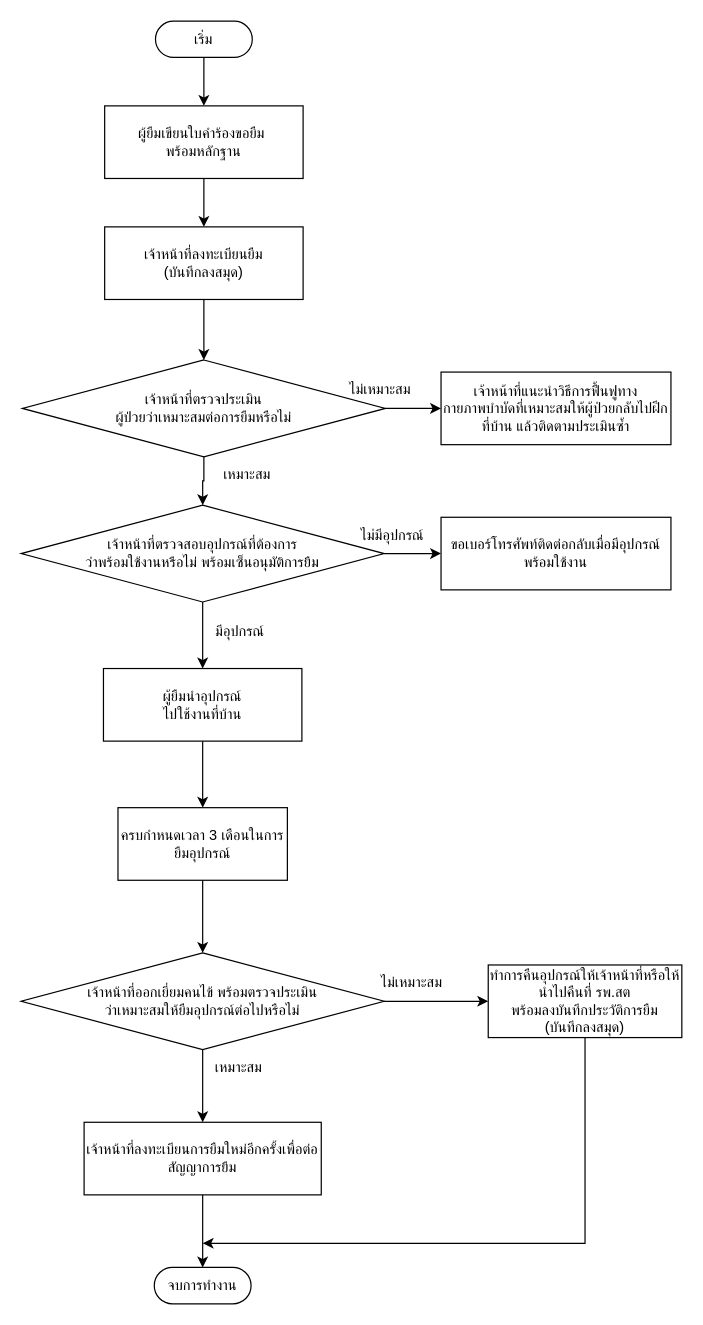
The draw.io diagram page "ภาพรวม" (5 of 5) of cmk/old system.drawio in S-B-Tanayut/diagram_repo, before the edit. Source tidied: cells renumbered, new cells numbered last; positions are measured from the earlier drawing's top-left corner, leaving out a move shared by most shapes. Both pictures are drawn from the tidied source at 121%, with x=0, y=0 at pixel (21, 21).
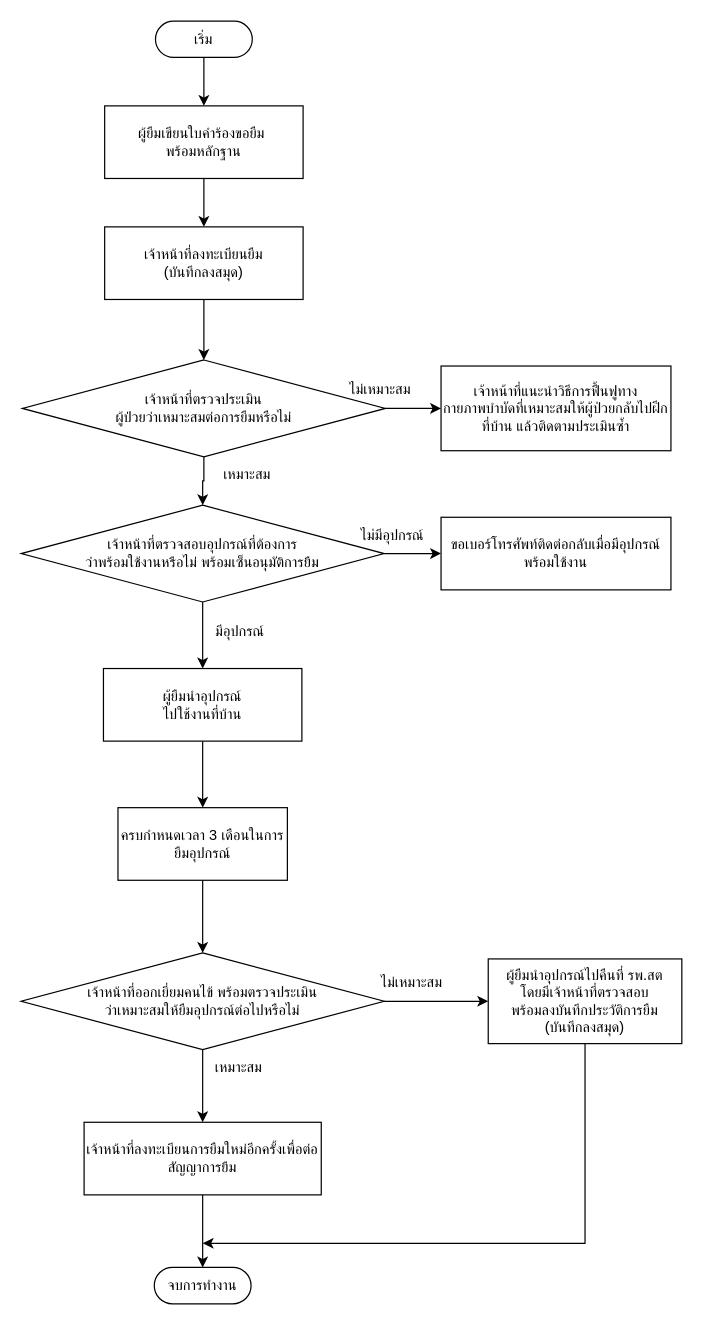
Above is the later version.

Change to the diagram source:
```diff
@@
     <mxCell id="11" value="เจ้าหน้าที่แนะนำวิธีการฟื้นฟูทางกายภาพบำบัดที่เหมาะสมให้ผู้ป่วยกลับไปฝึกที่บ้าน แล้วติดตามประเมินซ้ำ" style="rounded=0;whiteSpace=wrap;html=1;" parent="1" vertex="1">
-      <mxGeometry x="347" y="290" width="190" height="60" as="geometry" />
+      <mxGeometry x="347" y="285" width="190" height="70" as="geometry" />
     </mxCell>
@@
-    <mxCell id="28" value="ทำการคืนอุปกรณ์ให้เจ้าหน้าที่หรือให้นำไปคืนที่ รพ.สต &lt;br&gt;พร้อมลงบันทึกประวัติการยืม&lt;br&gt;(บันทึกลงสมุด)" style="rounded=0;whiteSpace=wrap;html=1;" parent="1" vertex="1">
-      <mxGeometry x="386" y="780" width="160" height="60" as="geometry" />
+    <mxCell id="28" value="ผู้ยืมนำอุปกรณ์ไปคืนที่ รพ.สต&lt;br&gt;โดยมีเจ้าหน้าที่ตรวจสอบ&lt;br&gt;พร้อมลงบันทึกประวัติการยืม&lt;br&gt;(บันทึกลงสมุด)" style="rounded=0;whiteSpace=wrap;html=1;" parent="1" vertex="1">
+      <mxGeometry x="386" y="775" width="160" height="70" as="geometry" />
     </mxCell>
```
